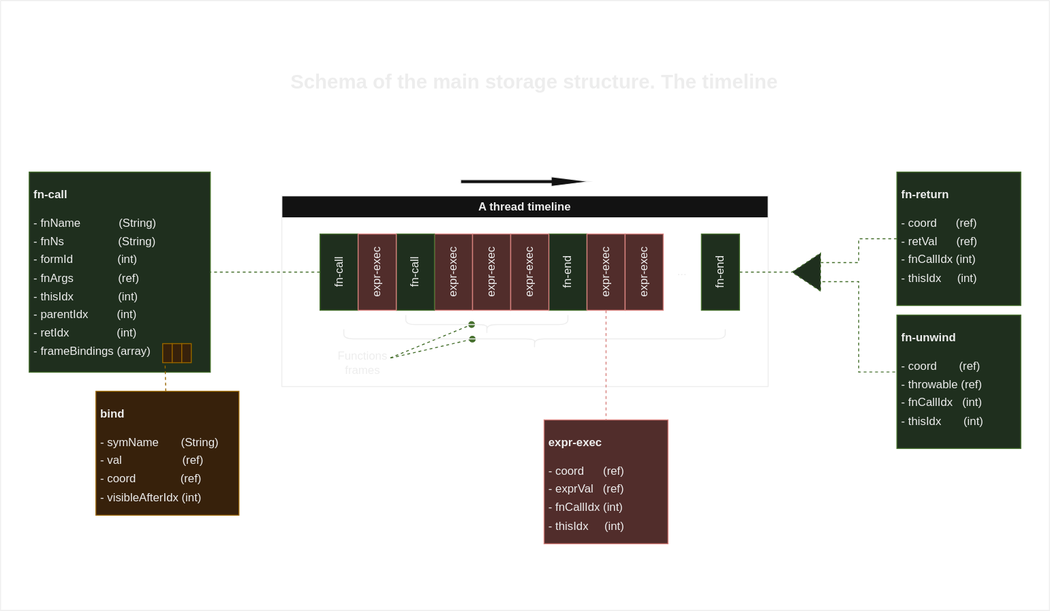
flow-storm/flow-storm-debugger keeps this draw.io diagram as docs/timeline.svg. Above is the earlier version. Source tidied: cells renumbered, new cells last; positions are measured from the earlier drawing's top-left corner, leaving out a move shared by most shapes.
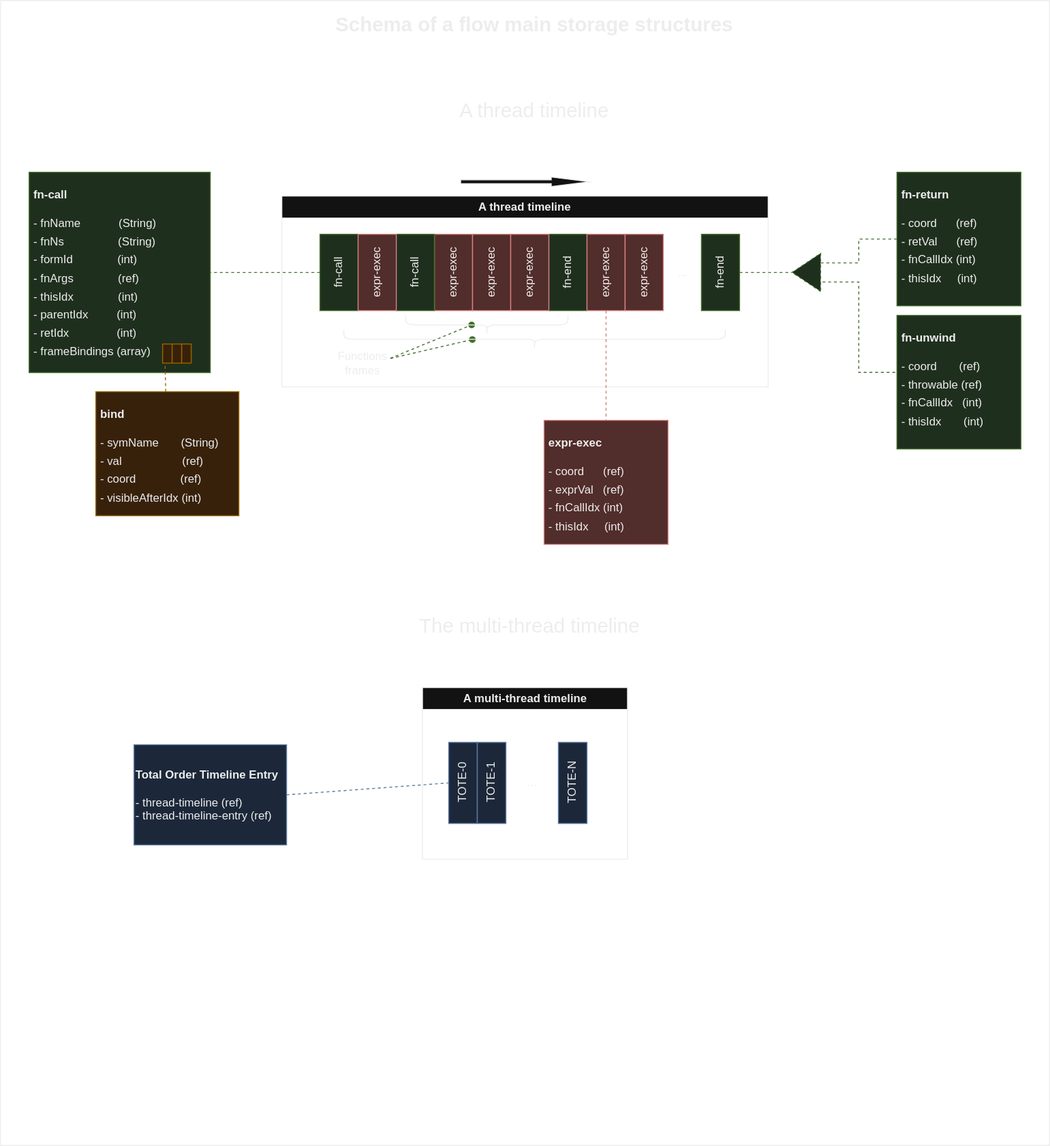
The same file after the commit.

What changed in the source:
```diff
@@ -2,11 +2,8 @@
   <root>
     <mxCell id="0" />
     <mxCell id="1" parent="0" />
-    <mxCell id="2" value="&lt;font style=&quot;font-size: 21px;&quot;&gt;&lt;b&gt;Schema of the main storage structure. The timeline&lt;/b&gt;&lt;/font&gt;" style="text;html=1;strokeColor=none;fillColor=none;align=center;verticalAlign=middle;whiteSpace=wrap;rounded=0;" parent="1" vertex="1">
-      <mxGeometry x="300" y="70" width="520" height="30" as="geometry" />
-    </mxCell>
     <mxCell id="3" style="swimlane;startSize=0;" parent="1" vertex="1">
-      <mxGeometry width="1100" height="640" as="geometry" />
+      <mxGeometry width="1100" height="1200" as="geometry" />
     </mxCell>
     <mxCell id="4" style="triangle;whiteSpace=wrap;html=1;rotation=-180;dashed=1;fillColor=#d5e8d4;strokeColor=#82b366;" parent="3" vertex="1">
       <mxGeometry x="830" y="265" width="30" height="40" as="geometry" />
@@ -110,5 +107,35 @@
     <mxCell id="37" style="rounded=0;jettySize=auto;html=1;exitX=0.5;exitY=1;exitDx=0;exitDy=0;endArrow=none;endFill=0;dashed=1;fillColor=#f8cecc;strokeColor=#b85450;" parent="3" edge="1" source="17" target="36">
       <mxGeometry relative="1" as="geometry" />
     </mxCell>
+    <mxCell id="2" value="&lt;font style=&quot;font-size: 21px;&quot;&gt;&lt;b&gt;Schema of a flow main storage structures&lt;/b&gt;&lt;/font&gt;" style="text;html=1;strokeColor=none;fillColor=none;align=center;verticalAlign=middle;whiteSpace=wrap;rounded=0;" parent="3" vertex="1">
+      <mxGeometry x="300" y="10" width="520" height="30" as="geometry" />
+    </mxCell>
+    <mxCell id="38" value="&lt;span style=&quot;font-size: 21px;&quot;&gt;A thread timeline&lt;/span&gt;" style="text;html=1;strokeColor=none;fillColor=none;align=center;verticalAlign=middle;whiteSpace=wrap;rounded=0;" parent="3" vertex="1">
+      <mxGeometry x="300" y="100" width="520" height="30" as="geometry" />
+    </mxCell>
+    <mxCell id="39" value="&lt;span style=&quot;font-size: 21px;&quot;&gt;The multi-thread timeline&lt;/span&gt;" style="text;html=1;strokeColor=none;fillColor=none;align=center;verticalAlign=middle;whiteSpace=wrap;rounded=0;" parent="3" vertex="1">
+      <mxGeometry x="295" y="640" width="520" height="30" as="geometry" />
+    </mxCell>
+    <mxCell id="40" value="A multi-thread timeline" style="swimlane;whiteSpace=wrap;html=1;" parent="3" vertex="1">
+      <mxGeometry x="442.5" y="720" width="215" height="180" as="geometry" />
+    </mxCell>
+    <mxCell id="41" value="TOTE-0" style="rounded=0;whiteSpace=wrap;html=1;flipV=1;rotation=-90;fillColor=#dae8fc;strokeColor=#6c8ebf;" parent="40" vertex="1">
+      <mxGeometry y="85" width="85" height="30" as="geometry" />
+    </mxCell>
+    <mxCell id="42" value="TOTE-1" style="rounded=0;whiteSpace=wrap;html=1;flipV=1;rotation=-90;fillColor=#dae8fc;strokeColor=#6c8ebf;" parent="40" vertex="1">
+      <mxGeometry x="30" y="85" width="85" height="30" as="geometry" />
+    </mxCell>
+    <mxCell id="43" value="TOTE-N" style="rounded=0;whiteSpace=wrap;html=1;flipV=1;rotation=-90;fillColor=#dae8fc;strokeColor=#6c8ebf;" parent="40" vertex="1">
+      <mxGeometry x="115" y="85" width="85" height="30" as="geometry" />
+    </mxCell>
+    <mxCell id="44" value="..." style="text;html=1;strokeColor=none;fillColor=none;align=center;verticalAlign=middle;whiteSpace=wrap;rounded=0;" parent="40" vertex="1">
+      <mxGeometry x="85" y="85" width="60" height="30" as="geometry" />
+    </mxCell>
+    <mxCell id="45" style="rounded=0;jettySize=auto;html=1;exitX=1;exitY=0.5;exitDx=0;exitDy=0;entryX=0.5;entryY=0;entryDx=0;entryDy=0;endArrow=none;endFill=0;dashed=1;fillColor=#dae8fc;strokeColor=#6c8ebf;" parent="3" edge="1" source="46" target="41">
+      <mxGeometry relative="1" as="geometry" />
+    </mxCell>
+    <mxCell id="46" value="&lt;b&gt;Total Order Timeline Entry&lt;br&gt;&lt;/b&gt;&lt;br&gt;- thread-timeline (ref)&lt;br&gt;- thread-timeline-entry (ref)" style="rounded=0;whiteSpace=wrap;html=1;align=left;fillColor=#dae8fc;strokeColor=#6c8ebf;" parent="3" vertex="1">
+      <mxGeometry x="140" y="780" width="160" height="105" as="geometry" />
+    </mxCell>
   </root>
 </mxGraphModel>
```
